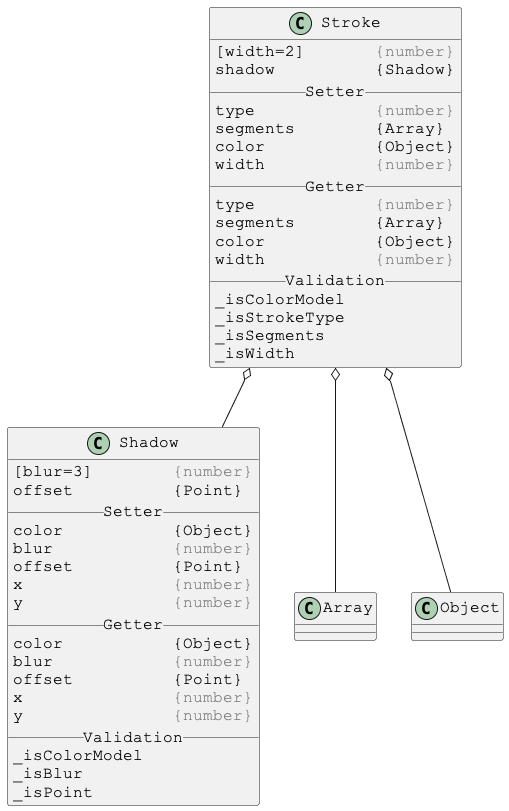
The PlantUML diagram docs/PlantUml/images/linked/Stroke-linked.png in Justin-Byrne/canvasLab, before a commit.
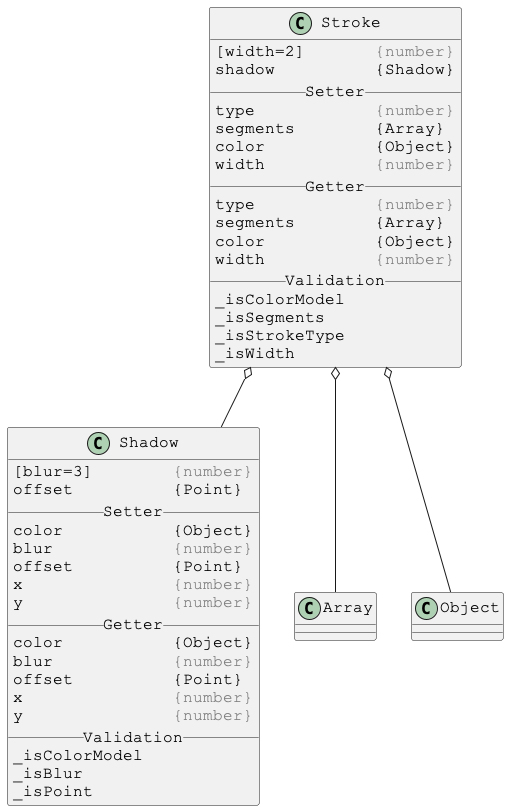
The same file after the commit.

The edit, as a diff of the source:
```diff
@@ -18,8 +18,8 @@
 width           <color:gray>{number}</color>
 __ Validation __
 _isColorModel
+_isSegments
 _isStrokeType
-_isSegments
 _isWidth
 }
 
```
